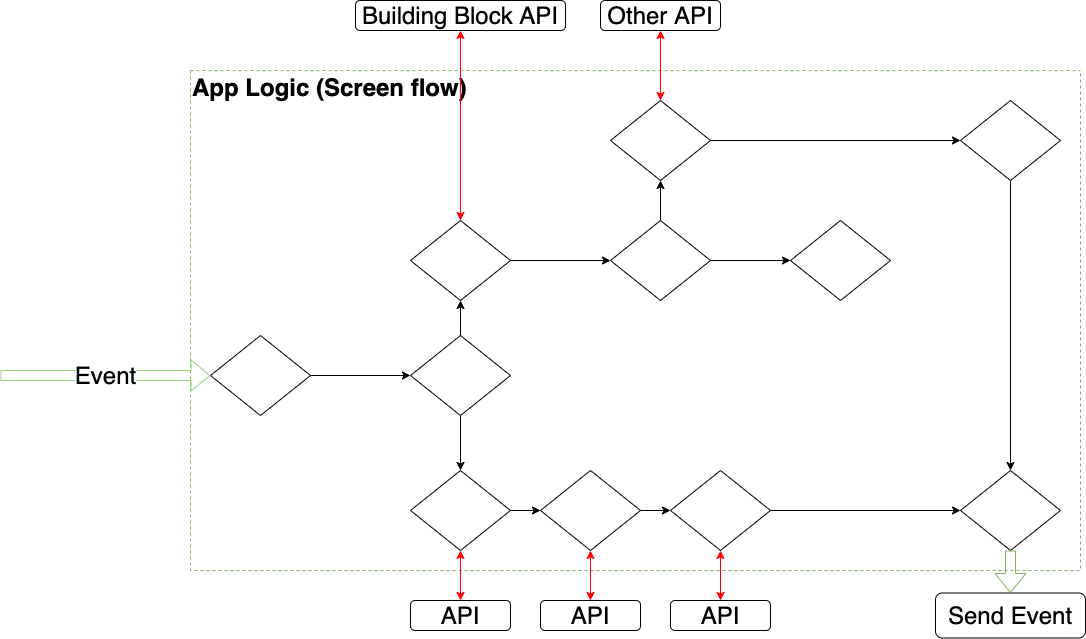
This is diagrams/application_logic.png from GovStackWorkingGroup/BuildingBlockAPI, a draw.io export, as it was before one commit. Source tidied: cells renumbered, new cells last; positions are measured from the earlier drawing's top-left corner, leaving out a move shared by most shapes.
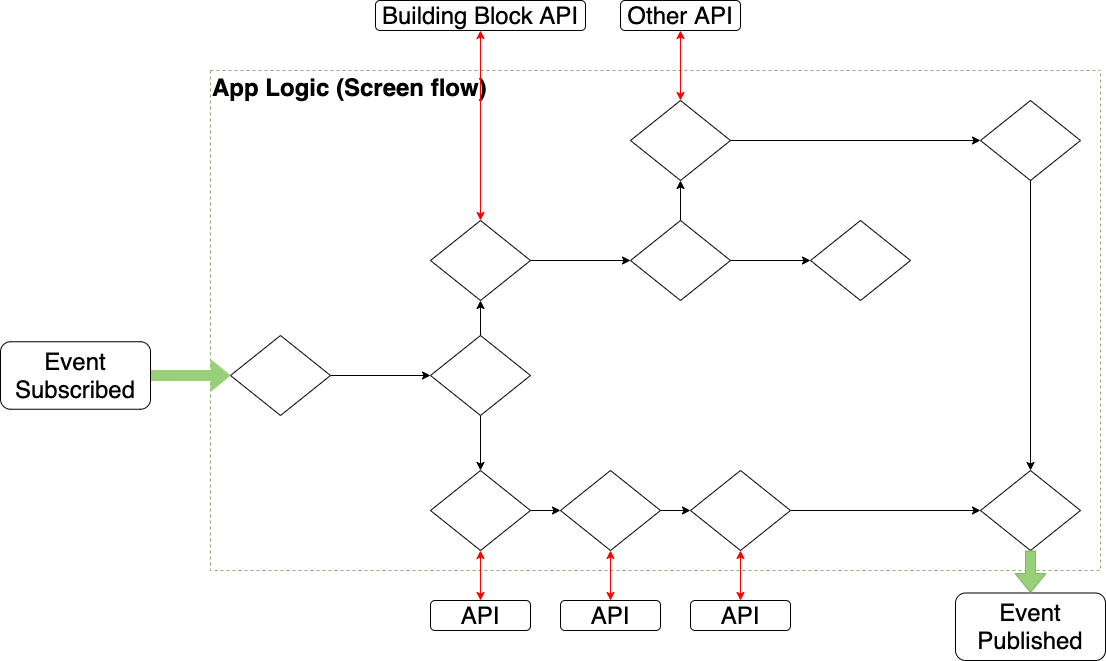
After the change.

Commit message:
Clarify publish/subscribe, better arrow colors

The edit, as a diff of the source:
```diff
@@ -71,10 +71,8 @@
     <mxCell id="24" style="rhombus;whiteSpace=wrap;html=1;shadow=0;fontFamily=Helvetica;fontSize=12;align=center;strokeWidth=1;spacing=6;spacingTop=-4;" parent="2" vertex="1">
       <mxGeometry x="770" y="400" width="100" height="80" as="geometry" />
     </mxCell>
-    <mxCell id="25" value="Event" style="endArrow=classic;html=1;shadow=0;fontSize=24;entryX=0;entryY=0.5;entryDx=0;entryDy=0;strokeColor=#97D077;shape=flexArrow;" parent="1" edge="1" target="7">
-      <mxGeometry relative="1" as="geometry">
-        <mxPoint y="375" as="sourcePoint" />
-      </mxGeometry>
+    <mxCell id="25" style="endArrow=classic;html=1;shadow=0;fontSize=24;entryX=0;entryY=0.5;entryDx=0;entryDy=0;shape=flexArrow;strokeColor=#97D077;fillColor=#97D077;exitX=1;exitY=0.5;exitDx=0;exitDy=0;" parent="1" edge="1" source="38" target="7">
+      <mxGeometry relative="1" as="geometry" />
     </mxCell>
     <mxCell id="26" value="Building Block API" style="rounded=1;whiteSpace=wrap;html=1;fontSize=24;strokeColor=#000000;fillColor=#ffffff;gradientColor=none;align=center;shadow=0;" parent="1" vertex="1">
       <mxGeometry x="355" width="210" height="30" as="geometry" />
@@ -112,11 +110,14 @@
         <mxPoint x="720" y="550" as="targetPoint" />
       </mxGeometry>
     </mxCell>
-    <mxCell id="36" value="Send Event" style="rounded=1;whiteSpace=wrap;html=1;fontSize=24;strokeColor=#000000;fillColor=#ffffff;gradientColor=none;align=center;shadow=0;" parent="1" vertex="1">
-      <mxGeometry x="935" y="592.5" width="150" height="45" as="geometry" />
+    <mxCell id="36" value="Event Published" style="rounded=1;whiteSpace=wrap;html=1;fontSize=24;strokeColor=#000000;fillColor=#ffffff;gradientColor=none;align=center;shadow=0;" parent="1" vertex="1">
+      <mxGeometry x="935" y="592.5" width="150" height="67.5" as="geometry" />
     </mxCell>
-    <mxCell id="37" style="edgeStyle=orthogonalEdgeStyle;rounded=0;jettySize=auto;html=1;exitX=0.5;exitY=1;exitDx=0;exitDy=0;entryX=0.5;entryY=0;entryDx=0;entryDy=0;shadow=0;fontSize=12;startArrow=none;startFill=0;endArrow=classic;endFill=1;strokeColor=#82b366;shape=flexArrow;" parent="1" edge="1" source="24" target="36">
+    <mxCell id="37" style="edgeStyle=orthogonalEdgeStyle;rounded=0;jettySize=auto;html=1;exitX=0.5;exitY=1;exitDx=0;exitDy=0;entryX=0.5;entryY=0;entryDx=0;entryDy=0;shadow=0;fontSize=12;startArrow=none;startFill=0;endArrow=classic;endFill=1;strokeColor=#82b366;shape=flexArrow;fillColor=#97D077;" parent="1" edge="1" source="24" target="36">
       <mxGeometry relative="1" as="geometry" />
     </mxCell>
+    <mxCell id="38" value="Event Subscribed" style="rounded=1;whiteSpace=wrap;html=1;fontSize=24;strokeColor=#000000;fillColor=#ffffff;gradientColor=none;align=center;shadow=0;" parent="1" vertex="1">
+      <mxGeometry x="-20" y="341.2" width="150" height="67.5" as="geometry" />
+    </mxCell>
   </root>
 </mxGraphModel>
```
